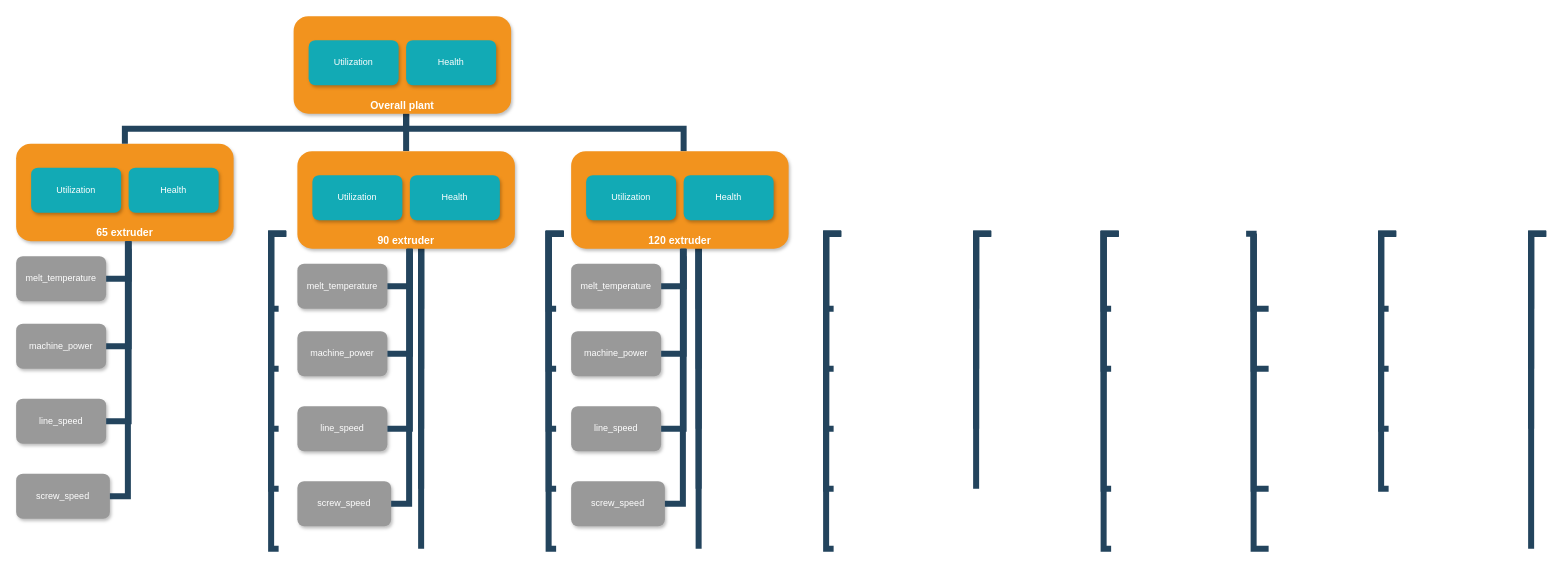
argusiot/data_platform keeps this draw.io diagram as experiments/Extruder POC v1.drawio. Above is the earlier version. Source tidied: cells renumbered, new cells numbered last; positions are measured from the earlier drawing's top-left corner, leaving out a move shared by most shapes. Both pictures are drawn from the tidied source at 75%, with x=0, y=0 at pixel (16, 16).
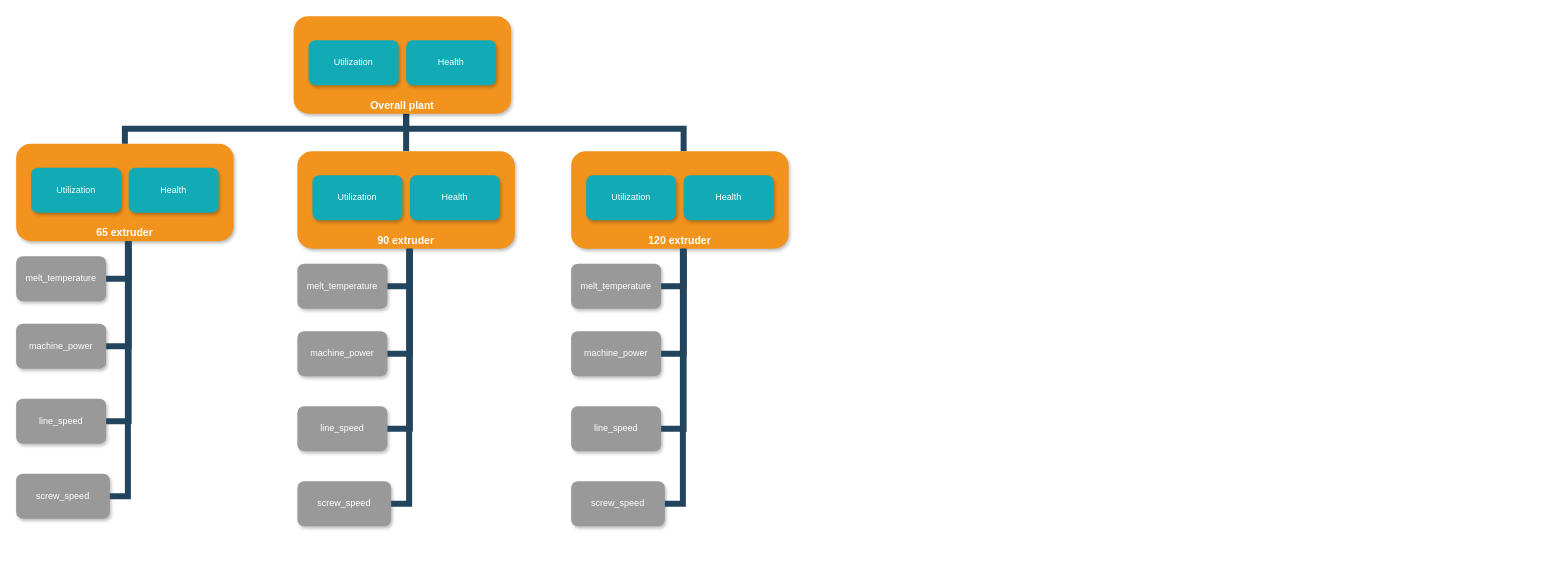
The same diagram, later.

Diff of the diagram source:
```diff
@@
-    <mxCell id="8" style="edgeStyle=elbowEdgeStyle;elbow=horizontal;rounded=0;fontColor=#000000;endArrow=none;endFill=0;strokeWidth=8;strokeColor=#23445D;" parent="1" edge="1">
-      <mxGeometry relative="1" as="geometry">
-        <mxPoint x="360" y="290" as="sourcePoint" />
-        <mxPoint x="350" y="390" as="targetPoint" />
-        <Array as="points">
-          <mxPoint x="340" y="340" />
-        </Array>
-      </mxGeometry>
-    </mxCell>
-    <mxCell id="9" style="edgeStyle=elbowEdgeStyle;elbow=horizontal;rounded=0;fontColor=#000000;endArrow=none;endFill=0;strokeWidth=8;strokeColor=#23445D;" parent="1" edge="1">
-      <mxGeometry relative="1" as="geometry">
-        <mxPoint x="360" y="290" as="sourcePoint" />
-        <mxPoint x="350" y="470" as="targetPoint" />
-        <Array as="points">
-          <mxPoint x="340" y="380" />
-        </Array>
-      </mxGeometry>
-    </mxCell>
-    <mxCell id="10" style="edgeStyle=elbowEdgeStyle;elbow=horizontal;rounded=0;fontColor=#000000;endArrow=none;endFill=0;strokeWidth=8;strokeColor=#23445D;" parent="1" edge="1">
-      <mxGeometry relative="1" as="geometry">
-        <mxPoint x="360" y="290" as="sourcePoint" />
-        <mxPoint x="350" y="710" as="targetPoint" />
-        <Array as="points">
-          <mxPoint x="340" y="510" />
-        </Array>
-      </mxGeometry>
-    </mxCell>
-    <mxCell id="11" style="edgeStyle=elbowEdgeStyle;elbow=horizontal;rounded=0;fontColor=#000000;endArrow=none;endFill=0;strokeWidth=8;strokeColor=#23445D;" parent="1" edge="1">
-      <mxGeometry relative="1" as="geometry">
-        <mxPoint x="360" y="290" as="sourcePoint" />
-        <mxPoint x="350" y="630" as="targetPoint" />
-        <Array as="points">
-          <mxPoint x="340" y="460" />
-        </Array>
-      </mxGeometry>
-    </mxCell>
-    <mxCell id="12" style="edgeStyle=elbowEdgeStyle;elbow=horizontal;rounded=0;fontColor=#000000;endArrow=none;endFill=0;strokeWidth=8;strokeColor=#23445D;" parent="1" edge="1">
-      <mxGeometry relative="1" as="geometry">
-        <mxPoint x="360" y="290" as="sourcePoint" />
-        <mxPoint x="350" y="550" as="targetPoint" />
-        <Array as="points">
-          <mxPoint x="340" y="430" />
-        </Array>
-      </mxGeometry>
-    </mxCell>
-    <mxCell id="13" style="edgeStyle=elbowEdgeStyle;elbow=horizontal;rounded=0;fontColor=#000000;endArrow=none;endFill=0;strokeWidth=8;strokeColor=#23445D;" parent="1" edge="1">
-      <mxGeometry relative="1" as="geometry">
-        <mxPoint x="560" y="290" as="sourcePoint" />
-        <mxPoint x="540" y="390" as="targetPoint" />
-        <Array as="points">
-          <mxPoint x="540" y="340" />
-        </Array>
-      </mxGeometry>
-    </mxCell>
-    <mxCell id="14" style="edgeStyle=elbowEdgeStyle;elbow=horizontal;rounded=0;fontColor=#000000;endArrow=none;endFill=0;strokeWidth=8;strokeColor=#23445D;" parent="1" edge="1">
-      <mxGeometry relative="1" as="geometry">
-        <mxPoint x="560" y="290" as="sourcePoint" />
-        <mxPoint x="540" y="470" as="targetPoint" />
-        <Array as="points">
-          <mxPoint x="540" y="380" />
-        </Array>
-      </mxGeometry>
-    </mxCell>
-    <mxCell id="15" style="edgeStyle=elbowEdgeStyle;elbow=horizontal;rounded=0;fontColor=#000000;endArrow=none;endFill=0;strokeWidth=8;strokeColor=#23445D;" parent="1" edge="1">
-      <mxGeometry relative="1" as="geometry">
-        <mxPoint x="560" y="290" as="sourcePoint" />
-        <mxPoint x="540" y="710" as="targetPoint" />
-        <Array as="points">
-          <mxPoint x="540" y="500" />
-        </Array>
-      </mxGeometry>
-    </mxCell>
-    <mxCell id="16" style="edgeStyle=elbowEdgeStyle;elbow=horizontal;rounded=0;fontColor=#000000;endArrow=none;endFill=0;strokeWidth=8;strokeColor=#23445D;" parent="1" edge="1">
-      <mxGeometry relative="1" as="geometry">
-        <mxPoint x="560" y="290" as="sourcePoint" />
-        <mxPoint x="540" y="630" as="targetPoint" />
-        <Array as="points">
-          <mxPoint x="540" y="460" />
-        </Array>
-      </mxGeometry>
-    </mxCell>
-    <mxCell id="17" style="edgeStyle=elbowEdgeStyle;elbow=horizontal;rounded=0;fontColor=#000000;endArrow=none;endFill=0;strokeWidth=8;strokeColor=#23445D;" parent="1" edge="1">
-      <mxGeometry relative="1" as="geometry">
-        <mxPoint x="560" y="290" as="sourcePoint" />
-        <mxPoint x="540" y="550" as="targetPoint" />
-        <Array as="points">
-          <mxPoint x="540" y="430" />
-        </Array>
-      </mxGeometry>
-    </mxCell>
-    <mxCell id="18" style="edgeStyle=elbowEdgeStyle;elbow=horizontal;rounded=0;fontColor=#000000;endArrow=none;endFill=0;strokeWidth=8;strokeColor=#23445D;" parent="1" edge="1">
-      <mxGeometry relative="1" as="geometry">
-        <mxPoint x="730" y="290" as="sourcePoint" />
-        <mxPoint x="720" y="390" as="targetPoint" />
-        <Array as="points">
-          <mxPoint x="710" y="340" />
-        </Array>
-      </mxGeometry>
-    </mxCell>
-    <mxCell id="19" style="edgeStyle=elbowEdgeStyle;elbow=horizontal;rounded=0;fontColor=#000000;endArrow=none;endFill=0;strokeWidth=8;strokeColor=#23445D;" parent="1" edge="1">
-      <mxGeometry relative="1" as="geometry">
-        <mxPoint x="730" y="290" as="sourcePoint" />
-        <mxPoint x="720" y="470" as="targetPoint" />
-        <Array as="points">
-          <mxPoint x="710" y="380" />
-        </Array>
-      </mxGeometry>
-    </mxCell>
-    <mxCell id="20" style="edgeStyle=elbowEdgeStyle;elbow=horizontal;rounded=0;fontColor=#000000;endArrow=none;endFill=0;strokeWidth=8;strokeColor=#23445D;" parent="1" edge="1">
-      <mxGeometry relative="1" as="geometry">
-        <mxPoint x="730" y="290" as="sourcePoint" />
-        <mxPoint x="720" y="710" as="targetPoint" />
-        <Array as="points">
-          <mxPoint x="710" y="510" />
-        </Array>
-      </mxGeometry>
-    </mxCell>
-    <mxCell id="21" style="edgeStyle=elbowEdgeStyle;elbow=horizontal;rounded=0;fontColor=#000000;endArrow=none;endFill=0;strokeWidth=8;strokeColor=#23445D;" parent="1" edge="1">
-      <mxGeometry relative="1" as="geometry">
-        <mxPoint x="730" y="290" as="sourcePoint" />
-        <mxPoint x="720" y="630" as="targetPoint" />
-        <Array as="points">
-          <mxPoint x="710" y="460" />
-        </Array>
-      </mxGeometry>
-    </mxCell>
-    <mxCell id="22" style="edgeStyle=elbowEdgeStyle;elbow=horizontal;rounded=0;fontColor=#000000;endArrow=none;endFill=0;strokeWidth=8;strokeColor=#23445D;" parent="1" edge="1">
-      <mxGeometry relative="1" as="geometry">
-        <mxPoint x="730" y="290" as="sourcePoint" />
-        <mxPoint x="720" y="550" as="targetPoint" />
-        <Array as="points">
-          <mxPoint x="710" y="430" />
-        </Array>
-      </mxGeometry>
-    </mxCell>
-    <mxCell id="23" style="edgeStyle=elbowEdgeStyle;elbow=horizontal;rounded=0;fontColor=#000000;endArrow=none;endFill=0;strokeWidth=8;strokeColor=#23445D;" parent="1" edge="1">
-      <mxGeometry relative="1" as="geometry">
-        <mxPoint x="930" y="290" as="sourcePoint" />
-        <mxPoint x="910" y="390" as="targetPoint" />
-        <Array as="points">
-          <mxPoint x="910" y="340" />
-        </Array>
-      </mxGeometry>
-    </mxCell>
-    <mxCell id="24" style="edgeStyle=elbowEdgeStyle;elbow=horizontal;rounded=0;fontColor=#000000;endArrow=none;endFill=0;strokeWidth=8;strokeColor=#23445D;" parent="1" edge="1">
-      <mxGeometry relative="1" as="geometry">
-        <mxPoint x="930" y="290" as="sourcePoint" />
-        <mxPoint x="910" y="470" as="targetPoint" />
-        <Array as="points">
-          <mxPoint x="910" y="380" />
-        </Array>
-      </mxGeometry>
-    </mxCell>
-    <mxCell id="25" style="edgeStyle=elbowEdgeStyle;elbow=horizontal;rounded=0;fontColor=#000000;endArrow=none;endFill=0;strokeWidth=8;strokeColor=#23445D;" parent="1" edge="1">
-      <mxGeometry relative="1" as="geometry">
-        <mxPoint x="930" y="290" as="sourcePoint" />
-        <mxPoint x="910" y="710" as="targetPoint" />
-        <Array as="points">
-          <mxPoint x="910" y="500" />
-        </Array>
-      </mxGeometry>
-    </mxCell>
-    <mxCell id="26" style="edgeStyle=elbowEdgeStyle;elbow=horizontal;rounded=0;fontColor=#000000;endArrow=none;endFill=0;strokeWidth=8;strokeColor=#23445D;" parent="1" edge="1">
-      <mxGeometry relative="1" as="geometry">
-        <mxPoint x="930" y="290" as="sourcePoint" />
-        <mxPoint x="910" y="630" as="targetPoint" />
-        <Array as="points">
-          <mxPoint x="910" y="460" />
-        </Array>
-      </mxGeometry>
-    </mxCell>
-    <mxCell id="27" style="edgeStyle=elbowEdgeStyle;elbow=horizontal;rounded=0;fontColor=#000000;endArrow=none;endFill=0;strokeWidth=8;strokeColor=#23445D;" parent="1" edge="1">
-      <mxGeometry relative="1" as="geometry">
-        <mxPoint x="930" y="290" as="sourcePoint" />
-        <mxPoint x="910" y="550" as="targetPoint" />
-        <Array as="points">
-          <mxPoint x="910" y="430" />
-        </Array>
-      </mxGeometry>
-    </mxCell>
-    <mxCell id="28" style="edgeStyle=elbowEdgeStyle;elbow=horizontal;rounded=0;fontColor=#000000;endArrow=none;endFill=0;strokeWidth=8;strokeColor=#23445D;" parent="1" edge="1">
-      <mxGeometry relative="1" as="geometry">
-        <mxPoint x="1100" y="290" as="sourcePoint" />
-        <mxPoint x="1090" y="390" as="targetPoint" />
-        <Array as="points">
-          <mxPoint x="1080" y="340" />
-        </Array>
-      </mxGeometry>
-    </mxCell>
-    <mxCell id="29" style="edgeStyle=elbowEdgeStyle;elbow=horizontal;rounded=0;fontColor=#000000;endArrow=none;endFill=0;strokeWidth=8;strokeColor=#23445D;" parent="1" edge="1">
-      <mxGeometry relative="1" as="geometry">
-        <mxPoint x="1100" y="290" as="sourcePoint" />
-        <mxPoint x="1090" y="470" as="targetPoint" />
-        <Array as="points">
-          <mxPoint x="1080" y="380" />
-        </Array>
-      </mxGeometry>
-    </mxCell>
-    <mxCell id="30" style="edgeStyle=elbowEdgeStyle;elbow=horizontal;rounded=0;fontColor=#000000;endArrow=none;endFill=0;strokeWidth=8;strokeColor=#23445D;" parent="1" edge="1">
-      <mxGeometry relative="1" as="geometry">
-        <mxPoint x="1100" y="290" as="sourcePoint" />
-        <mxPoint x="1090" y="710" as="targetPoint" />
-        <Array as="points">
-          <mxPoint x="1080" y="510" />
-        </Array>
-      </mxGeometry>
-    </mxCell>
-    <mxCell id="31" style="edgeStyle=elbowEdgeStyle;elbow=horizontal;rounded=0;fontColor=#000000;endArrow=none;endFill=0;strokeWidth=8;strokeColor=#23445D;" parent="1" edge="1">
-      <mxGeometry relative="1" as="geometry">
-        <mxPoint x="1100" y="290" as="sourcePoint" />
-        <mxPoint x="1090" y="630" as="targetPoint" />
-        <Array as="points">
-          <mxPoint x="1080" y="460" />
-        </Array>
-      </mxGeometry>
-    </mxCell>
-    <mxCell id="32" style="edgeStyle=elbowEdgeStyle;elbow=horizontal;rounded=0;fontColor=#000000;endArrow=none;endFill=0;strokeWidth=8;strokeColor=#23445D;" parent="1" edge="1">
-      <mxGeometry relative="1" as="geometry">
-        <mxPoint x="1100" y="290" as="sourcePoint" />
-        <mxPoint x="1090" y="550" as="targetPoint" />
-        <Array as="points">
-          <mxPoint x="1080" y="430" />
-        </Array>
-      </mxGeometry>
-    </mxCell>
-    <mxCell id="33" style="edgeStyle=elbowEdgeStyle;elbow=horizontal;rounded=0;fontColor=#000000;endArrow=none;endFill=0;strokeWidth=8;strokeColor=#23445D;" parent="1" edge="1">
-      <mxGeometry relative="1" as="geometry">
-        <mxPoint x="1300" y="290" as="sourcePoint" />
-        <mxPoint x="1280" y="390" as="targetPoint" />
-        <Array as="points">
-          <mxPoint x="1280" y="340" />
-        </Array>
-      </mxGeometry>
-    </mxCell>
-    <mxCell id="34" style="edgeStyle=elbowEdgeStyle;elbow=horizontal;rounded=0;fontColor=#000000;endArrow=none;endFill=0;strokeWidth=8;strokeColor=#23445D;" parent="1" edge="1">
-      <mxGeometry relative="1" as="geometry">
-        <mxPoint x="1300" y="290" as="sourcePoint" />
-        <mxPoint x="1280" y="470" as="targetPoint" />
-        <Array as="points">
-          <mxPoint x="1280" y="380" />
-        </Array>
-      </mxGeometry>
-    </mxCell>
-    <mxCell id="35" style="edgeStyle=elbowEdgeStyle;elbow=horizontal;rounded=0;fontColor=#000000;endArrow=none;endFill=0;strokeWidth=8;strokeColor=#23445D;" parent="1" edge="1">
-      <mxGeometry relative="1" as="geometry">
-        <mxPoint x="1300" y="290" as="sourcePoint" />
-        <mxPoint x="1280" y="630" as="targetPoint" />
-        <Array as="points">
-          <mxPoint x="1280" y="460" />
-        </Array>
-      </mxGeometry>
-    </mxCell>
-    <mxCell id="36" style="edgeStyle=elbowEdgeStyle;elbow=horizontal;rounded=0;fontColor=#000000;endArrow=none;endFill=0;strokeWidth=8;strokeColor=#23445D;" parent="1" edge="1">
-      <mxGeometry relative="1" as="geometry">
-        <mxPoint x="1300" y="290" as="sourcePoint" />
-        <mxPoint x="1280" y="550" as="targetPoint" />
-        <Array as="points">
-          <mxPoint x="1280" y="430" />
-        </Array>
-      </mxGeometry>
-    </mxCell>
-    <mxCell id="37" style="edgeStyle=elbowEdgeStyle;elbow=horizontal;rounded=0;fontColor=#000000;endArrow=none;endFill=0;strokeWidth=8;strokeColor=#23445D;" parent="1" edge="1">
-      <mxGeometry relative="1" as="geometry">
-        <mxPoint x="1470" y="290" as="sourcePoint" />
-        <mxPoint x="1460" y="390" as="targetPoint" />
-        <Array as="points">
-          <mxPoint x="1450" y="340" />
-        </Array>
-      </mxGeometry>
-    </mxCell>
-    <mxCell id="38" style="edgeStyle=elbowEdgeStyle;elbow=horizontal;rounded=0;fontColor=#000000;endArrow=none;endFill=0;strokeWidth=8;strokeColor=#23445D;" parent="1" edge="1">
-      <mxGeometry relative="1" as="geometry">
-        <mxPoint x="1470" y="290" as="sourcePoint" />
-        <mxPoint x="1460" y="470" as="targetPoint" />
-        <Array as="points">
-          <mxPoint x="1450" y="380" />
-        </Array>
-      </mxGeometry>
-    </mxCell>
-    <mxCell id="39" style="edgeStyle=elbowEdgeStyle;elbow=horizontal;rounded=0;fontColor=#000000;endArrow=none;endFill=0;strokeWidth=8;strokeColor=#23445D;" parent="1" edge="1">
-      <mxGeometry relative="1" as="geometry">
-        <mxPoint x="1470" y="290" as="sourcePoint" />
-        <mxPoint x="1460" y="710" as="targetPoint" />
-        <Array as="points">
-          <mxPoint x="1450" y="510" />
-        </Array>
-      </mxGeometry>
-    </mxCell>
-    <mxCell id="40" style="edgeStyle=elbowEdgeStyle;elbow=horizontal;rounded=0;fontColor=#000000;endArrow=none;endFill=0;strokeWidth=8;strokeColor=#23445D;" parent="1" edge="1">
-      <mxGeometry relative="1" as="geometry">
-        <mxPoint x="1470" y="290" as="sourcePoint" />
-        <mxPoint x="1460" y="630" as="targetPoint" />
-        <Array as="points">
-          <mxPoint x="1450" y="460" />
-        </Array>
-      </mxGeometry>
-    </mxCell>
-    <mxCell id="41" style="edgeStyle=elbowEdgeStyle;elbow=horizontal;rounded=0;fontColor=#000000;endArrow=none;endFill=0;strokeWidth=8;strokeColor=#23445D;" parent="1" edge="1">
-      <mxGeometry relative="1" as="geometry">
-        <mxPoint x="1640" y="290" as="sourcePoint" />
-        <mxPoint x="1670" y="390" as="targetPoint" />
-        <Array as="points">
-          <mxPoint x="1650" y="340" />
-        </Array>
-      </mxGeometry>
-    </mxCell>
-    <mxCell id="42" style="edgeStyle=elbowEdgeStyle;elbow=horizontal;rounded=0;fontColor=#000000;endArrow=none;endFill=0;strokeWidth=8;strokeColor=#23445D;" parent="1" edge="1">
-      <mxGeometry relative="1" as="geometry">
-        <mxPoint x="1650" y="290" as="sourcePoint" />
-        <mxPoint x="1670" y="470" as="targetPoint" />
-        <Array as="points">
-          <mxPoint x="1650" y="380" />
-        </Array>
-      </mxGeometry>
-    </mxCell>
-    <mxCell id="43" style="edgeStyle=elbowEdgeStyle;elbow=horizontal;rounded=0;fontColor=#000000;endArrow=none;endFill=0;strokeWidth=8;strokeColor=#23445D;" parent="1" edge="1">
-      <mxGeometry relative="1" as="geometry">
-        <mxPoint x="1650" y="290" as="sourcePoint" />
-        <mxPoint x="1670" y="710" as="targetPoint" />
-        <Array as="points">
-          <mxPoint x="1650" y="500" />
-        </Array>
-      </mxGeometry>
-    </mxCell>
-    <mxCell id="44" style="edgeStyle=elbowEdgeStyle;elbow=horizontal;rounded=0;fontColor=#000000;endArrow=none;endFill=0;strokeWidth=8;strokeColor=#23445D;" parent="1" edge="1">
-      <mxGeometry relative="1" as="geometry">
-        <mxPoint x="1650" y="290" as="sourcePoint" />
-        <mxPoint x="1670" y="630" as="targetPoint" />
-        <Array as="points">
-          <mxPoint x="1650" y="460" />
-        </Array>
-      </mxGeometry>
-    </mxCell>
-    <mxCell id="45" style="edgeStyle=elbowEdgeStyle;elbow=horizontal;rounded=0;fontColor=#000000;endArrow=none;endFill=0;strokeWidth=8;strokeColor=#23445D;" parent="1" edge="1">
-      <mxGeometry relative="1" as="geometry">
-        <mxPoint x="1840" y="290" as="sourcePoint" />
-        <mxPoint x="1830" y="390" as="targetPoint" />
-        <Array as="points">
-          <mxPoint x="1820" y="340" />
-        </Array>
-      </mxGeometry>
-    </mxCell>
-    <mxCell id="46" style="edgeStyle=elbowEdgeStyle;elbow=horizontal;rounded=0;fontColor=#000000;endArrow=none;endFill=0;strokeWidth=8;strokeColor=#23445D;" parent="1" edge="1">
-      <mxGeometry relative="1" as="geometry">
-        <mxPoint x="1840" y="290" as="sourcePoint" />
-        <mxPoint x="1830" y="470" as="targetPoint" />
-        <Array as="points">
-          <mxPoint x="1820" y="380" />
-        </Array>
-      </mxGeometry>
-    </mxCell>
-    <mxCell id="47" style="edgeStyle=elbowEdgeStyle;elbow=horizontal;rounded=0;fontColor=#000000;endArrow=none;endFill=0;strokeWidth=8;strokeColor=#23445D;" parent="1" edge="1">
-      <mxGeometry relative="1" as="geometry">
-        <mxPoint x="1840" y="290" as="sourcePoint" />
-        <mxPoint x="1830" y="630" as="targetPoint" />
-        <Array as="points">
-          <mxPoint x="1820" y="460" />
-        </Array>
-      </mxGeometry>
-    </mxCell>
-    <mxCell id="48" style="edgeStyle=elbowEdgeStyle;elbow=horizontal;rounded=0;fontColor=#000000;endArrow=none;endFill=0;strokeWidth=8;strokeColor=#23445D;" parent="1" edge="1">
-      <mxGeometry relative="1" as="geometry">
-        <mxPoint x="1840" y="290" as="sourcePoint" />
-        <mxPoint x="1830" y="550" as="targetPoint" />
-        <Array as="points">
-          <mxPoint x="1820" y="430" />
-        </Array>
-      </mxGeometry>
-    </mxCell>
-    <mxCell id="49" style="edgeStyle=elbowEdgeStyle;elbow=horizontal;rounded=0;fontColor=#000000;endArrow=none;endFill=0;strokeWidth=8;strokeColor=#23445D;" parent="1" edge="1">
-      <mxGeometry relative="1" as="geometry">
-        <mxPoint x="2040" y="290" as="sourcePoint" />
-        <mxPoint x="2020" y="390" as="targetPoint" />
-        <Array as="points">
-          <mxPoint x="2020" y="340" />
-        </Array>
-      </mxGeometry>
-    </mxCell>
-    <mxCell id="50" style="edgeStyle=elbowEdgeStyle;elbow=horizontal;rounded=0;fontColor=#000000;endArrow=none;endFill=0;strokeWidth=8;strokeColor=#23445D;" parent="1" edge="1">
-      <mxGeometry relative="1" as="geometry">
-        <mxPoint x="2040" y="290" as="sourcePoint" />
-        <mxPoint x="2020" y="470" as="targetPoint" />
-        <Array as="points">
-          <mxPoint x="2020" y="380" />
-        </Array>
-      </mxGeometry>
-    </mxCell>
-    <mxCell id="51" style="edgeStyle=elbowEdgeStyle;elbow=horizontal;rounded=0;fontColor=#000000;endArrow=none;endFill=0;strokeWidth=8;strokeColor=#23445D;" parent="1" edge="1">
-      <mxGeometry relative="1" as="geometry">
-        <mxPoint x="2040" y="290" as="sourcePoint" />
-        <mxPoint x="2020" y="710" as="targetPoint" />
-        <Array as="points">
-          <mxPoint x="2020" y="500" />
-        </Array>
-      </mxGeometry>
-    </mxCell>
-    <mxCell id="52" style="edgeStyle=elbowEdgeStyle;elbow=horizontal;rounded=0;fontColor=#000000;endArrow=none;endFill=0;strokeWidth=8;strokeColor=#23445D;" parent="1" edge="1">
-      <mxGeometry relative="1" as="geometry">
-        <mxPoint x="2040" y="290" as="sourcePoint" />
-        <mxPoint x="2020" y="550" as="targetPoint" />
-        <Array as="points">
-          <mxPoint x="2020" y="430" />
-        </Array>
-      </mxGeometry>
-    </mxCell>
```
